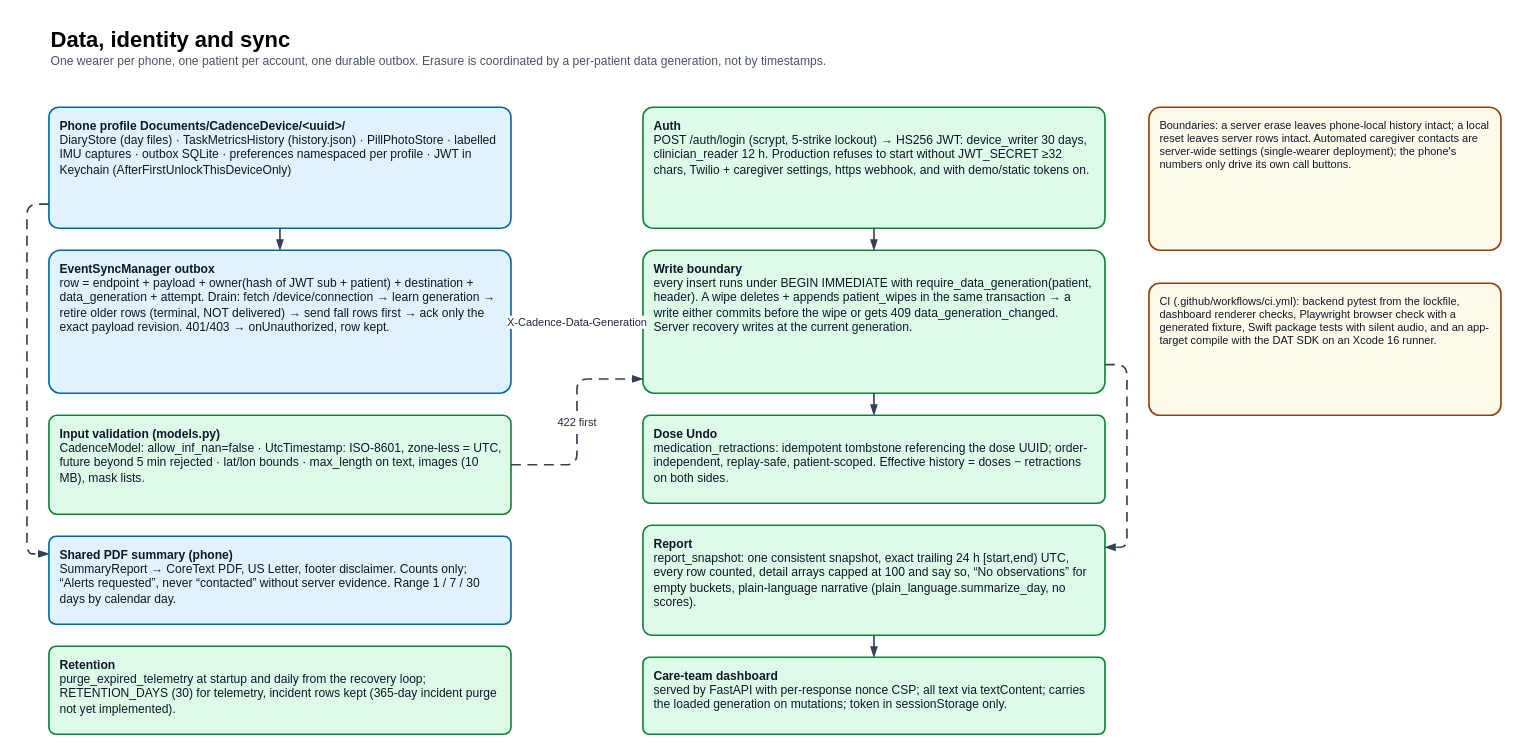
The draw.io diagram page "4 Data and sync" (4 of 5) of docs/cadence_architecture.drawio in theloopsmith/Cadence, before the edit. Source tidied: cells renumbered, new cells numbered last; positions are measured from the earlier drawing's top-left corner, leaving out a move shared by most shapes. Both pictures are drawn from the tidied source at 110%, with x=0, y=0 at pixel (48, 19).
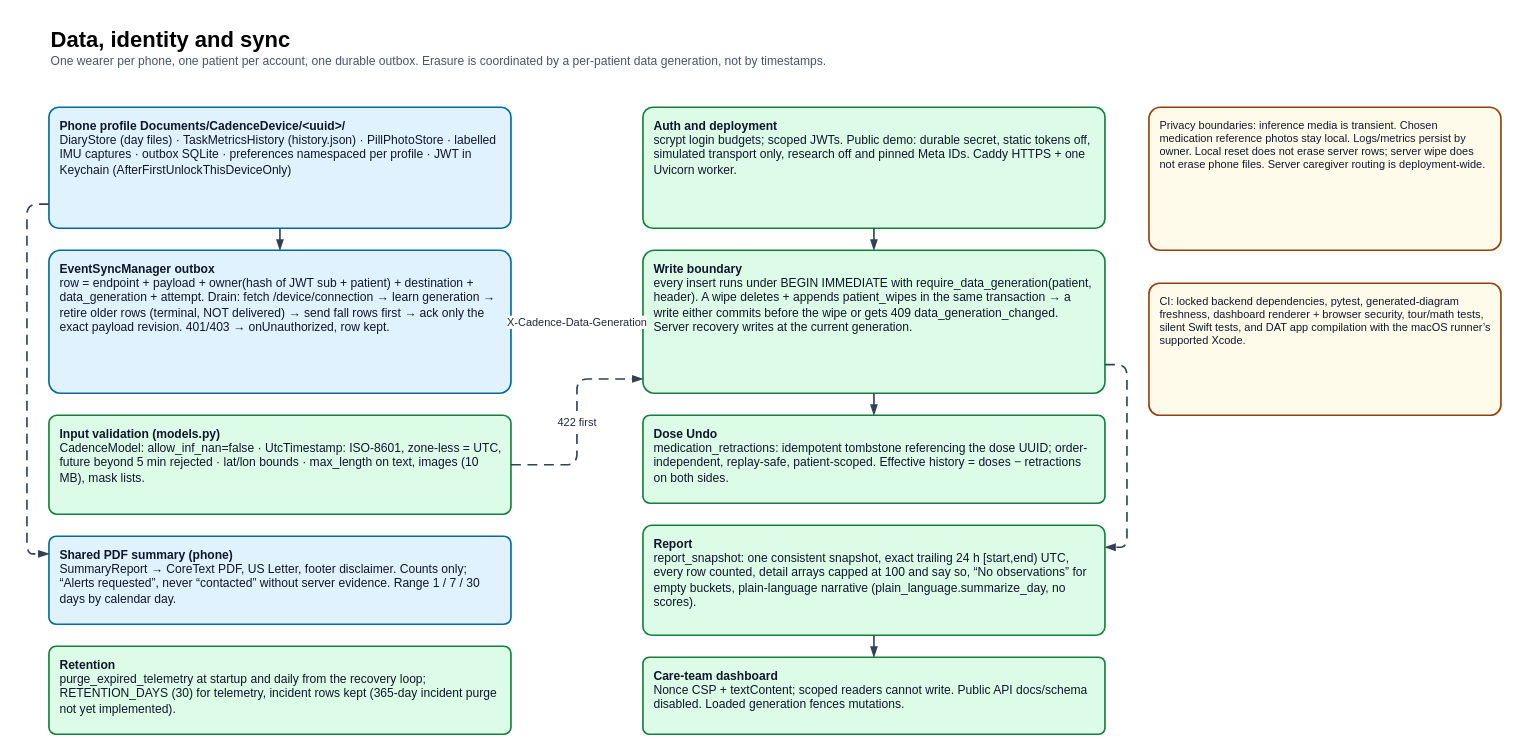
After the change.

The edit, as a diff of the source:
```diff
@@
-    <mxCell id="5" value="&lt;b&gt;Auth&lt;/b&gt;&lt;br/&gt;POST /auth/login (scrypt, 5-strike lockout) → HS256 JWT: device_writer 30 days, clinician_reader 12 h. Production refuses to start without JWT_SECRET ≥32 chars, Twilio + caregiver settings, https webhook, and with demo/static tokens on." style="rounded=1;arcSize=8;whiteSpace=wrap;html=1;fillColor=#DCFCE7;strokeColor=#15803D;fontColor=#0F172A;fontSize=11;align=left;verticalAlign=top;spacingLeft=8;spacingRight=8;spacingTop=4;strokeWidth=1.5;" parent="1" vertex="1">
+    <mxCell id="5" value="&lt;b&gt;Auth and deployment&lt;/b&gt;&lt;br/&gt;scrypt login budgets; scoped JWTs. Public demo: durable secret, static tokens off, simulated transport only, research off and pinned Meta IDs. Caddy HTTPS + one Uvicorn worker." style="rounded=1;arcSize=8;whiteSpace=wrap;html=1;fillColor=#DCFCE7;strokeColor=#15803D;fontColor=#0F172A;fontSize=11;align=left;verticalAlign=top;spacingLeft=8;spacingRight=8;spacingTop=4;strokeWidth=1.5;" parent="1" vertex="1">
       <mxGeometry x="540" y="80" width="420" height="110" as="geometry" />
     </mxCell>
@@
-    <mxCell id="9" value="&lt;b&gt;Care-team dashboard&lt;/b&gt;&lt;br/&gt;served by FastAPI with per-response nonce CSP; all text via textContent; carries the loaded generation on mutations; token in sessionStorage only." style="rounded=1;arcSize=8;whiteSpace=wrap;html=1;fillColor=#DCFCE7;strokeColor=#15803D;fontColor=#0F172A;fontSize=11;align=left;verticalAlign=top;spacingLeft=8;spacingRight=8;spacingTop=4;strokeWidth=1.5;" parent="1" vertex="1">
+    <mxCell id="9" value="&lt;b&gt;Care-team dashboard&lt;/b&gt;&lt;br/&gt;Nonce CSP + textContent; scoped readers cannot write. Public API docs/schema disabled. Loaded generation fences mutations." style="rounded=1;arcSize=8;whiteSpace=wrap;html=1;fillColor=#DCFCE7;strokeColor=#15803D;fontColor=#0F172A;fontSize=11;align=left;verticalAlign=top;spacingLeft=8;spacingRight=8;spacingTop=4;strokeWidth=1.5;" parent="1" vertex="1">
       <mxGeometry x="540" y="580" width="420" height="70" as="geometry" />
     </mxCell>
@@
-    <mxCell id="21" value="Boundaries: a server erase leaves phone-local history intact; a local reset leaves server rows intact. Automated caregiver contacts are server-wide settings (single-wearer deployment); the phone&amp;#x27;s numbers only drive its own call buttons." style="rounded=1;arcSize=8;whiteSpace=wrap;html=1;fillColor=#FFFBEB;strokeColor=#92400E;fontColor=#0F172A;fontSize=10;align=left;verticalAlign=top;spacingLeft=8;spacingRight=8;spacingTop=4;strokeWidth=1.5;" parent="1" vertex="1">
+    <mxCell id="21" value="Privacy boundaries: inference media is transient. Chosen medication reference photos stay local. Logs/metrics persist by owner. Local reset does not erase server rows; server wipe does not erase phone files. Server caregiver routing is deployment-wide." style="rounded=1;arcSize=8;whiteSpace=wrap;html=1;fillColor=#FFFBEB;strokeColor=#92400E;fontColor=#0F172A;fontSize=10;align=left;verticalAlign=top;spacingLeft=8;spacingRight=8;spacingTop=4;strokeWidth=1.5;" parent="1" vertex="1">
       <mxGeometry x="1000" y="80" width="320" height="130" as="geometry" />
     </mxCell>
-    <mxCell id="22" value="CI (.github/workflows/ci.yml): backend pytest from the lockfile, dashboard renderer checks, Playwright browser check with a generated fixture, Swift package tests with silent audio, and an app-target compile with the DAT SDK on an Xcode 16 runner." style="rounded=1;arcSize=8;whiteSpace=wrap;html=1;fillColor=#FFFBEB;strokeColor=#92400E;fontColor=#0F172A;fontSize=10;align=left;verticalAlign=top;spacingLeft=8;spacingRight=8;spacingTop=4;strokeWidth=1.5;" parent="1" vertex="1">
+    <mxCell id="22" value="CI: locked backend dependencies, pytest, generated-diagram freshness, dashboard renderer + browser security, tour/math tests, silent Swift tests, and DAT app compilation with the macOS runner’s supported Xcode." style="rounded=1;arcSize=8;whiteSpace=wrap;html=1;fillColor=#FFFBEB;strokeColor=#92400E;fontColor=#0F172A;fontSize=10;align=left;verticalAlign=top;spacingLeft=8;spacingRight=8;spacingTop=4;strokeWidth=1.5;" parent="1" vertex="1">
       <mxGeometry x="1000" y="240" width="320" height="120" as="geometry" />
     </mxCell>
```
